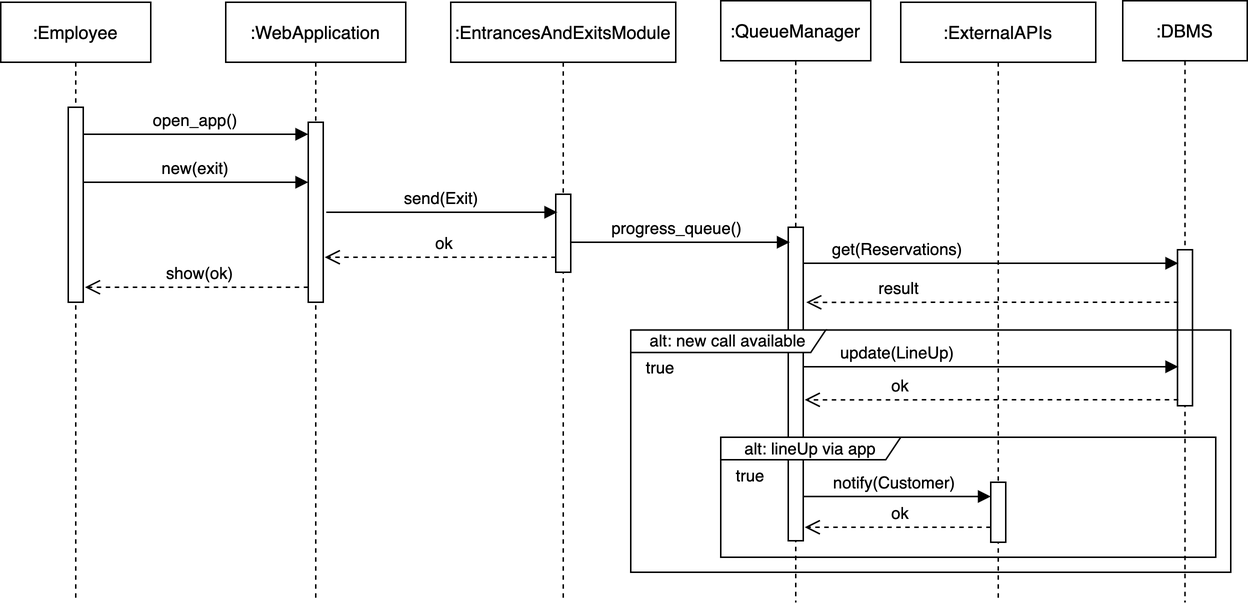
Before: DDworkspace/LaTeXproject/images/runtime_view-ReportExit.png, a diagram exported from draw.io (marcoDige/CLup). Source tidied: cells renumbered, new cells last; positions are measured from the earlier drawing's top-left corner, leaving out a move shared by most shapes.
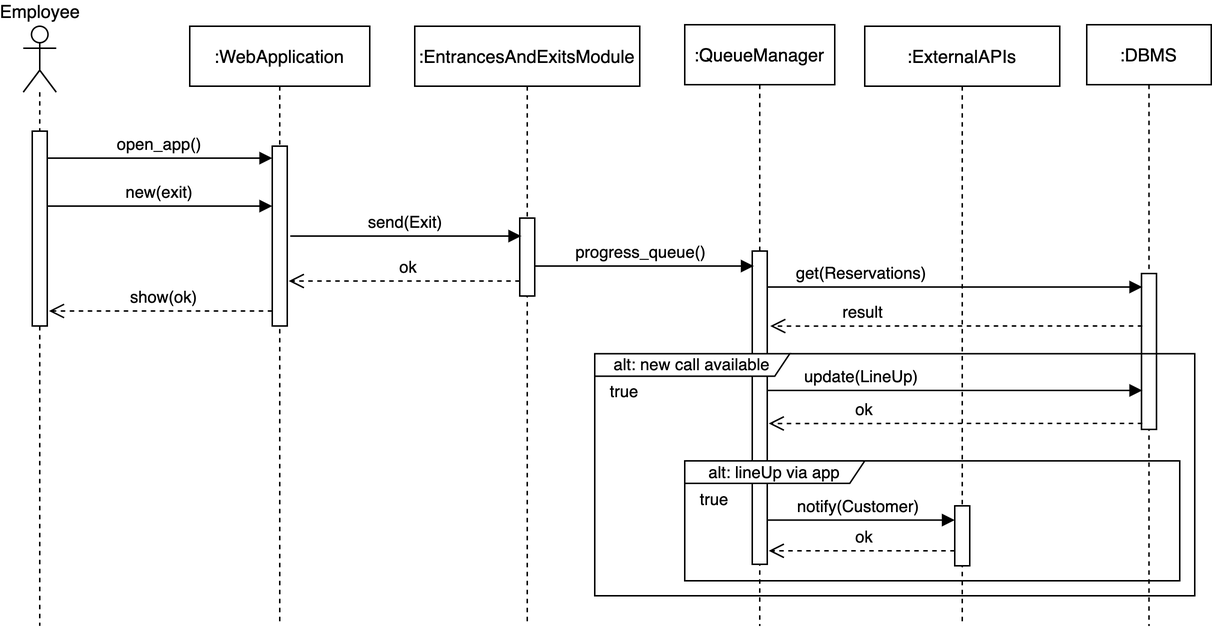
Above is the later version.

What changed in the source:
```diff
@@ -2,12 +2,12 @@
   <root>
     <mxCell id="0" />
     <mxCell id="1" parent="0" />
-    <mxCell id="2" value=":Employee" style="shape=umlLifeline;perimeter=lifelinePerimeter;rounded=0;shadow=0;strokeWidth=1;" parent="1" vertex="1">
-      <mxGeometry y="1" width="100" height="400" as="geometry" />
-    </mxCell>
-    <mxCell id="3" style="perimeter=orthogonalPerimeter;rounded=0;shadow=0;strokeWidth=1;" parent="2" vertex="1">
-      <mxGeometry x="45" y="70" width="10" height="130" as="geometry" />
-    </mxCell>
+    <mxCell id="30" style="verticalAlign=bottom;endArrow=none;dashed=1;endSize=8;shadow=0;strokeWidth=1;endFill=0;" parent="1" edge="1">
+      <mxGeometry relative="1" as="geometry">
+        <mxPoint x="50" y="45" as="sourcePoint" />
+        <mxPoint x="50" y="401" as="targetPoint" />
+      </mxGeometry>
+    </mxCell>
     <mxCell id="4" value=":WebApplication" style="shape=umlLifeline;perimeter=lifelinePerimeter;rounded=0;shadow=0;strokeWidth=1;" parent="1" vertex="1">
       <mxGeometry x="150" y="1" width="120" height="400" as="geometry" />
     </mxCell>
@@ -122,5 +122,11 @@
     <mxCell id="29" value="alt: new call available" style="shape=umlFrame;whiteSpace=wrap;html=1;fontSize=11;width=130;height=15;" parent="1" vertex="1">
       <mxGeometry x="420" y="219.5" width="400" height="161.5" as="geometry" />
     </mxCell>
+    <mxCell id="3" style="perimeter=orthogonalPerimeter;rounded=0;shadow=0;strokeWidth=1;" parent="1" vertex="1">
+      <mxGeometry x="45" y="71" width="10" height="130" as="geometry" />
+    </mxCell>
+    <mxCell id="31" value="Employee" style="shape=umlActor;verticalLabelPosition=top;verticalAlign=bottom;html=1;labelPosition=center;align=center;" parent="1" vertex="1">
+      <mxGeometry x="39" y="1" width="22" height="44" as="geometry" />
+    </mxCell>
   </root>
 </mxGraphModel>
```
